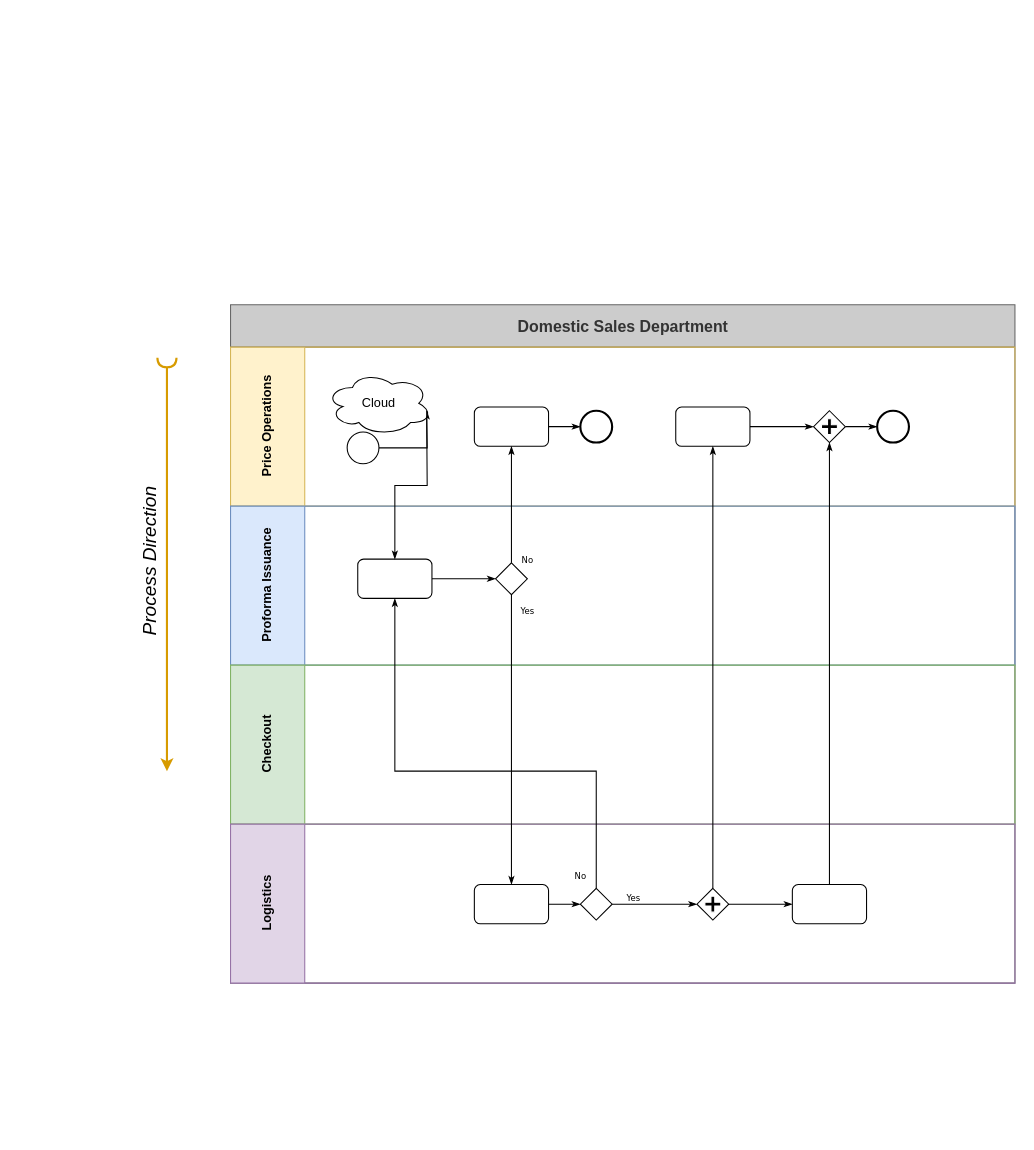
The draw.io diagram Untitled Diagram.drawio in anonymoustafa/arpc-pd, before the edit. Source tidied: cells renumbered, new cells numbered last; positions are measured from the earlier drawing's top-left corner, leaving out a move shared by most shapes. Both pictures are drawn from the tidied source at 106%, with x=0, y=0 at pixel (166, 304).
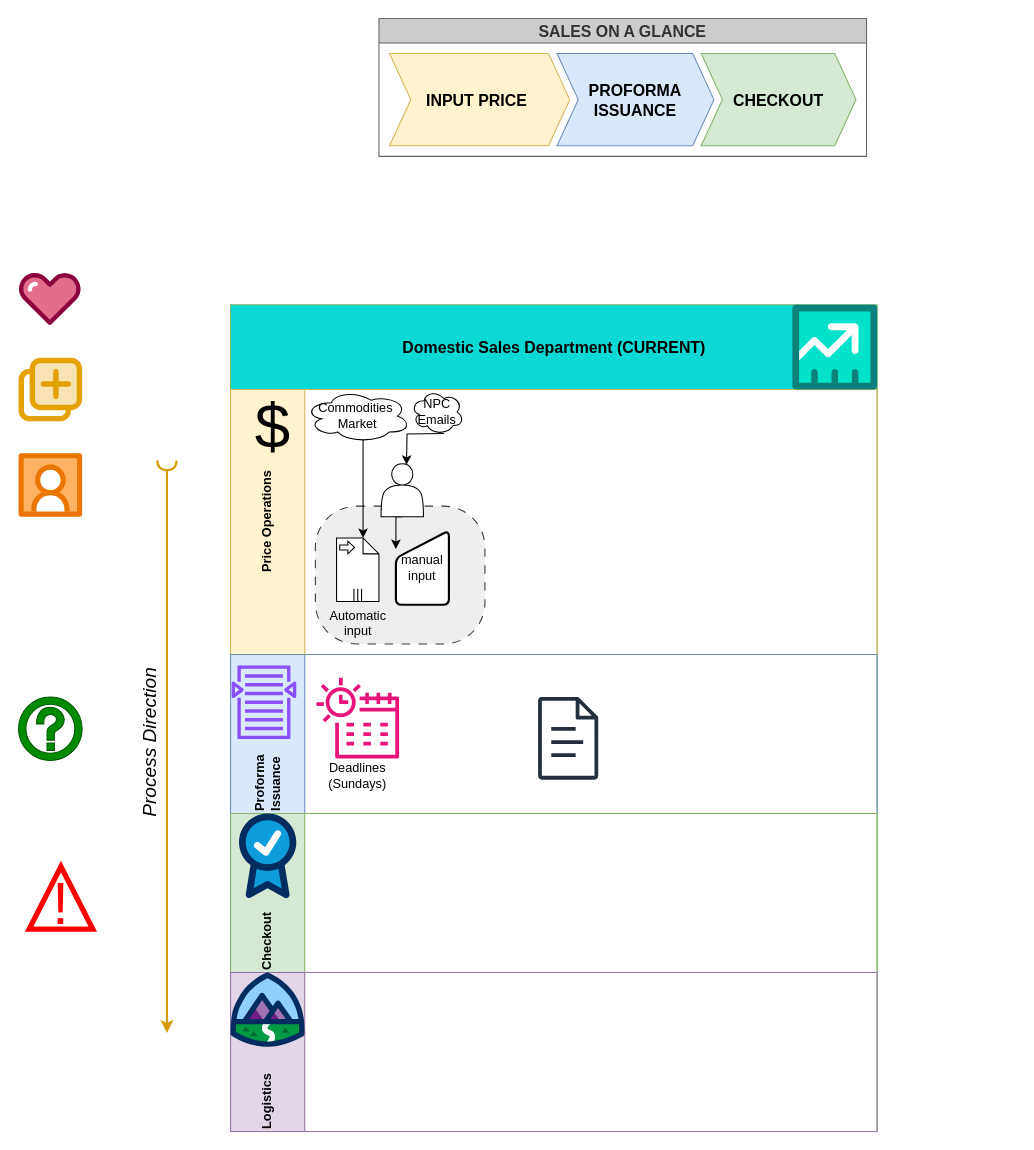
The same page after the edit.

Change to the diagram source:
```diff
@@
-    <mxCell id="2" value="Domestic Sales Department" style="swimlane;html=1;horizontal=1;startSize=40;rounded=0;shadow=0;labelBackgroundColor=none;strokeWidth=1;fontFamily=Helvetica;fontSize=15;align=center;fillColor=#CCCCCC;strokeColor=#666666;fontColor=#333333;" parent="1" vertex="1">
-      <mxGeometry x="60" width="740" height="640" as="geometry" />
+    <mxCell id="2" value="Domestic Sales Department (CURRENT)" style="swimlane;html=1;horizontal=1;startSize=80;rounded=0;shadow=0;labelBackgroundColor=none;strokeWidth=1;fontFamily=Helvetica;fontSize=15;align=center;fillColor=#0BD9D5;strokeColor=#82b366;" parent="1" vertex="1">
+      <mxGeometry x="60" width="610" height="780" as="geometry" />
     </mxCell>
     <mxCell id="3" value="Price Operations" style="swimlane;html=1;startSize=70;horizontal=0;fillColor=#fff2cc;strokeColor=#d6b656;swimlaneFillColor=none;glass=0;rounded=0;shadow=0;" parent="2" vertex="1">
-      <mxGeometry y="40" width="740" height="150" as="geometry" />
+      <mxGeometry y="80" width="610" height="250" as="geometry" />
     </mxCell>
-    <mxCell id="4" style="edgeStyle=orthogonalEdgeStyle;rounded=0;html=1;labelBackgroundColor=none;startArrow=none;startFill=0;startSize=5;endArrow=classicThin;endFill=1;endSize=5;jettySize=auto;strokeWidth=1;fontFamily=Verdana;fontSize=8;" parent="3" edge="1" source="5">
-      <mxGeometry relative="1" as="geometry">
-        <mxPoint x="185" y="60" as="targetPoint" />
-      </mxGeometry>
-    </mxCell>
-    <mxCell id="5" style="ellipse;whiteSpace=wrap;html=1;rounded=0;shadow=0;labelBackgroundColor=none;strokeWidth=1;fontFamily=Verdana;fontSize=8;align=center;" parent="3" vertex="1">
-      <mxGeometry x="110" y="80" width="30" height="30" as="geometry" />
-    </mxCell>
-    <mxCell id="6" style="edgeStyle=orthogonalEdgeStyle;rounded=0;html=1;labelBackgroundColor=none;startArrow=none;startFill=0;startSize=5;endArrow=classicThin;endFill=1;endSize=5;jettySize=auto;strokeWidth=1;fontFamily=Verdana;fontSize=8;" parent="3" edge="1" source="7" target="8">
-      <mxGeometry relative="1" as="geometry" />
-    </mxCell>
-    <mxCell id="7" style="rounded=1;whiteSpace=wrap;html=1;shadow=0;labelBackgroundColor=none;strokeWidth=1;fontFamily=Verdana;fontSize=8;align=center;" parent="3" vertex="1">
-      <mxGeometry x="230" y="56.5" width="70" height="37" as="geometry" />
-    </mxCell>
-    <mxCell id="8" style="ellipse;whiteSpace=wrap;html=1;rounded=0;shadow=0;labelBackgroundColor=none;strokeWidth=2;fontFamily=Verdana;fontSize=8;align=center;" parent="3" vertex="1">
-      <mxGeometry x="330" y="60" width="30" height="30" as="geometry" />
-    </mxCell>
-    <mxCell id="9" style="edgeStyle=orthogonalEdgeStyle;rounded=0;html=1;entryX=0;entryY=0.5;labelBackgroundColor=none;startArrow=none;startFill=0;startSize=5;endArrow=classicThin;endFill=1;endSize=5;jettySize=auto;strokeWidth=1;fontFamily=Verdana;fontSize=8;" parent="3" edge="1" source="10" target="12">
-      <mxGeometry relative="1" as="geometry" />
-    </mxCell>
-    <mxCell id="10" style="rounded=1;whiteSpace=wrap;html=1;shadow=0;labelBackgroundColor=none;strokeWidth=1;fontFamily=Verdana;fontSize=8;align=center;" parent="3" vertex="1">
-      <mxGeometry x="420" y="56.5" width="70" height="37" as="geometry" />
-    </mxCell>
-    <mxCell id="11" style="edgeStyle=orthogonalEdgeStyle;rounded=0;html=1;labelBackgroundColor=none;startArrow=none;startFill=0;startSize=5;endArrow=classicThin;endFill=1;endSize=5;jettySize=auto;strokeWidth=1;fontFamily=Verdana;fontSize=8;" parent="3" edge="1" source="12" target="13">
-      <mxGeometry relative="1" as="geometry" />
-    </mxCell>
-    <mxCell id="12" style="shape=mxgraph.bpmn.shape;html=1;verticalLabelPosition=bottom;labelBackgroundColor=#ffffff;verticalAlign=top;perimeter=rhombusPerimeter;background=gateway;outline=none;symbol=parallelGw;rounded=1;shadow=0;strokeWidth=1;fontFamily=Verdana;fontSize=8;align=center;" parent="3" vertex="1">
-      <mxGeometry x="550" y="60" width="30" height="30" as="geometry" />
-    </mxCell>
-    <mxCell id="13" style="ellipse;whiteSpace=wrap;html=1;rounded=0;shadow=0;labelBackgroundColor=none;strokeWidth=2;fontFamily=Verdana;fontSize=8;align=center;" parent="3" vertex="1">
-      <mxGeometry x="610" y="60" width="30" height="30" as="geometry" />
-    </mxCell>
+    <mxCell id="36" style="rounded=1;whiteSpace=wrap;html=1;dashed=1;dashPattern=8 8;fillColor=#eeeeee;strokeColor=#36393d;arcSize=30;" parent="3" vertex="1">
+      <mxGeometry x="80" y="110" width="160" height="130" as="geometry" />
+    </mxCell>
-    <mxCell id="14" value="Cloud" style="ellipse;shape=cloud;whiteSpace=wrap;html=1;align=center;" parent="3" vertex="1">
-      <mxGeometry x="90" y="23" width="100" height="60" as="geometry" />
+    <mxCell id="14" value="Commodities&amp;nbsp;&lt;div&gt;Market&lt;/div&gt;" style="ellipse;shape=cloud;whiteSpace=wrap;html=1;align=center;" parent="3" vertex="1">
+      <mxGeometry x="70" width="100" height="50" as="geometry" />
     </mxCell>
+    <mxCell id="37" style="edgeStyle=orthogonalEdgeStyle;rounded=0;jettySize=auto;html=1;exitX=0.5;exitY=1;exitDx=0;exitDy=0;entryX=0;entryY=0.25;entryDx=0;entryDy=0;" parent="3" edge="1" source="38" target="42">
+      <mxGeometry relative="1" as="geometry" />
+    </mxCell>
+    <mxCell id="38" style="shape=actor;whiteSpace=wrap;html=1;" parent="3" vertex="1">
+      <mxGeometry x="142" y="70" width="40" height="50" as="geometry" />
+    </mxCell>
+    <mxCell id="39" style="edgeStyle=orthogonalEdgeStyle;rounded=0;orthogonalLoop=1;jettySize=auto;html=1;exitX=0.55;exitY=0.95;exitDx=0;exitDy=0;exitPerimeter=0;entryX=0.5;entryY=0;entryDx=0;entryDy=0;" parent="3" edge="1">
+      <mxGeometry relative="1" as="geometry">
+        <mxPoint x="201.5" y="41.4" as="sourcePoint" />
+        <mxPoint x="166" y="71" as="targetPoint" />
+      </mxGeometry>
+    </mxCell>
+    <mxCell id="40" value="&lt;div&gt;NPC&lt;/div&gt;&lt;div&gt;Emails&lt;/div&gt;" style="ellipse;shape=cloud;whiteSpace=wrap;html=1;align=center;" parent="3" vertex="1">
+      <mxGeometry x="170" width="50" height="42.5" as="geometry" />
+    </mxCell>
+    <mxCell id="41" value="Automatic&lt;div&gt;input&lt;/div&gt;" style="shape=mxgraph.bpmn.data;labelPosition=center;verticalLabelPosition=bottom;align=center;verticalAlign=top;size=15;html=1;bpmnTransferType=input;isCollection=1;" parent="3" vertex="1">
+      <mxGeometry x="100" y="140" width="40" height="60" as="geometry" />
+    </mxCell>
+    <mxCell id="42" value="manual&lt;div&gt;input&lt;/div&gt;" style="html=1;strokeWidth=2;shape=manualInput;whiteSpace=wrap;rounded=1;size=26;arcSize=11;" parent="3" vertex="1">
+      <mxGeometry x="156" y="133" width="50" height="70" as="geometry" />
+    </mxCell>
+    <mxCell id="43" style="edgeStyle=orthogonalEdgeStyle;rounded=0;jettySize=auto;html=1;exitX=0.55;exitY=0.95;exitDx=0;exitDy=0;exitPerimeter=0;entryX=0;entryY=0;entryDx=25;entryDy=0;entryPerimeter=0;" parent="3" edge="1" source="14" target="41">
+      <mxGeometry relative="1" as="geometry" />
+    </mxCell>
+    <mxCell id="44" value="$" style="text;html=1;align=center;verticalAlign=middle;whiteSpace=wrap;rounded=0;fontSize=60;" parent="3" vertex="1">
+      <mxGeometry x="10" y="20" width="60" height="30" as="geometry" />
+    </mxCell>
-    <mxCell id="15" value="Proforma Issuance" style="swimlane;html=1;startSize=70;horizontal=0;fillColor=#dae8fc;strokeColor=#6c8ebf;" parent="2" vertex="1">
-      <mxGeometry y="190" width="740" height="150" as="geometry" />
+    <mxCell id="15" value="Proforma&amp;nbsp;&lt;div&gt;Issuance&lt;/div&gt;" style="swimlane;html=1;startSize=70;horizontal=0;fillColor=#dae8fc;strokeColor=#6c8ebf;align=left;" parent="2" vertex="1">
+      <mxGeometry y="330" width="610" height="150" as="geometry" />
     </mxCell>
-    <mxCell id="16" style="edgeStyle=orthogonalEdgeStyle;rounded=0;html=1;labelBackgroundColor=none;startArrow=none;startFill=0;startSize=5;endArrow=classicThin;endFill=1;endSize=5;jettySize=auto;strokeWidth=1;fontFamily=Verdana;fontSize=8;" parent="15" edge="1" source="17" target="18">
-      <mxGeometry relative="1" as="geometry" />
-    </mxCell>
-    <mxCell id="17" style="rounded=1;whiteSpace=wrap;html=1;shadow=0;labelBackgroundColor=none;strokeWidth=1;fontFamily=Verdana;fontSize=8;align=center;" parent="15" vertex="1">
-      <mxGeometry x="120" y="50" width="70" height="37" as="geometry" />
-    </mxCell>
-    <mxCell id="18" style="strokeWidth=1;html=1;shape=mxgraph.flowchart.decision;whiteSpace=wrap;rounded=1;shadow=0;labelBackgroundColor=none;fontFamily=Verdana;fontSize=8;align=center;" parent="15" vertex="1">
-      <mxGeometry x="250" y="53.5" width="30" height="30" as="geometry" />
-    </mxCell>
+    <mxCell id="45" style="group;" parent="15" vertex="1">
+      <mxGeometry x="81" y="21" width="78" height="108" as="geometry" />
+    </mxCell>
+    <mxCell id="46" style="sketch=0;fontColor=#232F3E;gradientColor=none;fillColor=#E7157B;strokeColor=none;dashed=0;verticalLabelPosition=bottom;verticalAlign=top;align=center;html=1;fontSize=12;fontStyle=0;shape=mxgraph.aws4.eventbridge_scheduler;" parent="45" vertex="1">
+      <mxGeometry width="78" height="78" as="geometry" />
+    </mxCell>
+    <mxCell id="47" value="Deadlines (Sundays)" style="text;html=1;align=center;verticalAlign=middle;whiteSpace=wrap;rounded=0;" parent="45" vertex="1">
+      <mxGeometry x="9" y="78" width="60" height="30" as="geometry" />
+    </mxCell>
+    <mxCell id="48" style="sketch=0;fontColor=#232F3E;gradientColor=none;fillColor=#8C4FFF;strokeColor=none;dashed=0;verticalLabelPosition=bottom;verticalAlign=top;align=center;html=1;fontSize=12;fontStyle=0;shape=mxgraph.aws4.search_documents;" parent="15" vertex="1">
+      <mxGeometry x="1" y="10" width="61" height="70" as="geometry" />
+    </mxCell>
+    <mxCell id="49" style="sketch=0;fontColor=#232F3E;gradientColor=none;fillColor=#232F3D;strokeColor=none;dashed=0;verticalLabelPosition=bottom;verticalAlign=top;align=center;html=1;fontSize=12;fontStyle=0;shape=mxgraph.aws4.document;" parent="15" vertex="1">
+      <mxGeometry x="290" y="40" width="57" height="78" as="geometry" />
+    </mxCell>
-    <mxCell id="19" value="Checkout" style="swimlane;html=1;startSize=70;horizontal=0;fillColor=#d5e8d4;strokeColor=#82b366;" parent="2" vertex="1">
-      <mxGeometry y="340" width="740" height="150" as="geometry" />
+    <mxCell id="19" value="Checkout" style="swimlane;html=1;startSize=70;horizontal=0;fillColor=#d5e8d4;strokeColor=#82b366;align=left;" parent="2" vertex="1">
+      <mxGeometry y="480" width="610" height="150" as="geometry" />
     </mxCell>
+    <mxCell id="50" style="verticalLabelPosition=bottom;html=1;shape=mxgraph.salesforce.success;" parent="19" vertex="1">
+      <mxGeometry x="7.8" width="54.4" height="80" as="geometry" />
+    </mxCell>
-    <mxCell id="20" value="Logistics" style="swimlane;html=1;startSize=70;horizontal=0;fillColor=#e1d5e7;strokeColor=#9673a6;" parent="2" vertex="1">
-      <mxGeometry y="490" width="740" height="150" as="geometry" />
+    <mxCell id="20" value="Logistics" style="swimlane;html=1;startSize=70;horizontal=0;fillColor=#e1d5e7;strokeColor=#9673a6;verticalAlign=middle;align=left;" parent="2" vertex="1">
+      <mxGeometry y="630" width="610" height="150" as="geometry" />
     </mxCell>
-    <mxCell id="21" style="edgeStyle=orthogonalEdgeStyle;rounded=0;html=1;labelBackgroundColor=none;startArrow=none;startFill=0;startSize=5;endArrow=classicThin;endFill=1;endSize=5;jettySize=auto;strokeWidth=1;fontFamily=Verdana;fontSize=8;" parent="20" edge="1" source="22" target="24">
-      <mxGeometry relative="1" as="geometry" />
-    </mxCell>
-    <mxCell id="22" style="rounded=1;whiteSpace=wrap;html=1;shadow=0;labelBackgroundColor=none;strokeWidth=1;fontFamily=Verdana;fontSize=8;align=center;" parent="20" vertex="1">
-      <mxGeometry x="230" y="57" width="70" height="37" as="geometry" />
-    </mxCell>
-    <mxCell id="23" value="Yes" style="edgeStyle=orthogonalEdgeStyle;rounded=0;html=1;entryX=0;entryY=0.5;labelBackgroundColor=none;startArrow=none;startFill=0;startSize=5;endArrow=classicThin;endFill=1;endSize=5;jettySize=auto;strokeWidth=1;fontFamily=Verdana;fontSize=8;" parent="20" edge="1" source="24" target="26">
-      <mxGeometry x="-0.5" y="6" relative="1" as="geometry" />
-    </mxCell>
-    <mxCell id="24" style="strokeWidth=1;html=1;shape=mxgraph.flowchart.decision;whiteSpace=wrap;rounded=1;shadow=0;labelBackgroundColor=none;fontFamily=Verdana;fontSize=8;align=center;" parent="20" vertex="1">
-      <mxGeometry x="330" y="60.5" width="30" height="30" as="geometry" />
-    </mxCell>
-    <mxCell id="25" style="edgeStyle=orthogonalEdgeStyle;rounded=0;html=1;labelBackgroundColor=none;startArrow=none;startFill=0;startSize=5;endArrow=classicThin;endFill=1;endSize=5;jettySize=auto;strokeColor=#000000;strokeWidth=1;fontFamily=Verdana;fontSize=8;fontColor=#000000;" parent="20" edge="1" source="26" target="27">
-      <mxGeometry relative="1" as="geometry" />
-    </mxCell>
-    <mxCell id="26" style="shape=mxgraph.bpmn.shape;html=1;verticalLabelPosition=bottom;labelBackgroundColor=#ffffff;verticalAlign=top;perimeter=rhombusPerimeter;background=gateway;outline=none;symbol=parallelGw;rounded=1;shadow=0;strokeWidth=1;fontFamily=Verdana;fontSize=8;align=center;" parent="20" vertex="1">
-      <mxGeometry x="440" y="60.5" width="30" height="30" as="geometry" />
-    </mxCell>
-    <mxCell id="27" style="rounded=1;whiteSpace=wrap;html=1;shadow=0;labelBackgroundColor=none;strokeWidth=1;fontFamily=Verdana;fontSize=8;align=center;" parent="20" vertex="1">
-      <mxGeometry x="530" y="57" width="70" height="37" as="geometry" />
-    </mxCell>
-    <mxCell id="28" style="edgeStyle=orthogonalEdgeStyle;rounded=0;html=1;labelBackgroundColor=none;startArrow=none;startFill=0;startSize=5;endArrow=classicThin;endFill=1;endSize=5;jettySize=auto;strokeWidth=1;fontFamily=Verdana;fontSize=8;" parent="2" edge="1" target="17">
-      <mxGeometry relative="1" as="geometry">
-        <mxPoint x="185" y="100" as="sourcePoint" />
-      </mxGeometry>
-    </mxCell>
-    <mxCell id="29" value="No" style="edgeStyle=orthogonalEdgeStyle;rounded=0;html=1;labelBackgroundColor=none;startArrow=none;startFill=0;startSize=5;endArrow=classicThin;endFill=1;endSize=5;jettySize=auto;strokeWidth=1;fontFamily=Verdana;fontSize=8;" parent="2" edge="1" source="18" target="7">
-      <mxGeometry x="-0.94" y="-15" relative="1" as="geometry" />
-    </mxCell>
-    <mxCell id="30" value="Yes" style="edgeStyle=orthogonalEdgeStyle;rounded=0;html=1;labelBackgroundColor=none;startArrow=none;startFill=0;startSize=5;endArrow=classicThin;endFill=1;endSize=5;jettySize=auto;strokeWidth=1;fontFamily=Verdana;fontSize=8;" parent="2" edge="1" source="18" target="22">
-      <mxGeometry x="-0.89" y="15" relative="1" as="geometry" />
-    </mxCell>
-    <mxCell id="31" style="edgeStyle=orthogonalEdgeStyle;rounded=0;html=1;entryX=0.5;entryY=1;labelBackgroundColor=none;startArrow=none;startFill=0;startSize=5;endArrow=classicThin;endFill=1;endSize=5;jettySize=auto;strokeWidth=1;fontFamily=Verdana;fontSize=8;" parent="2" edge="1" source="27" target="12">
-      <mxGeometry relative="1" as="geometry" />
-    </mxCell>
-    <mxCell id="32" value="No" style="edgeStyle=orthogonalEdgeStyle;rounded=0;html=1;labelBackgroundColor=none;startArrow=none;startFill=0;startSize=5;endArrow=classicThin;endFill=1;endSize=5;jettySize=auto;strokeWidth=1;fontFamily=Verdana;fontSize=8;" parent="2" edge="1" source="24" target="17">
-      <mxGeometry x="-0.95" y="15" relative="1" as="geometry">
-        <Array as="points">
-          <mxPoint x="345" y="440" />
-          <mxPoint x="155" y="440" />
-        </Array>
-      </mxGeometry>
-    </mxCell>
-    <mxCell id="33" style="edgeStyle=orthogonalEdgeStyle;rounded=0;html=1;labelBackgroundColor=none;startArrow=none;startFill=0;startSize=5;endArrow=classicThin;endFill=1;endSize=5;jettySize=auto;strokeWidth=1;fontFamily=Verdana;fontSize=8;" parent="2" edge="1" source="26" target="10">
-      <mxGeometry relative="1" as="geometry" />
-    </mxCell>
+    <mxCell id="51" style="verticalLabelPosition=bottom;html=1;shape=mxgraph.salesforce.learning;" parent="20" vertex="1">
+      <mxGeometry width="70" height="70" as="geometry" />
+    </mxCell>
     <mxCell id="34" style="endArrow=classic;html=1;rounded=0;strokeWidth=2;startArrow=halfCircle;startFill=0;fillColor=#ffe6cc;strokeColor=#d79b00;" parent="1" edge="1">
       <mxGeometry relative="1" as="geometry">
-        <mxPoint y="50" as="sourcePoint" />
-        <mxPoint y="440" as="targetPoint" />
+        <mxPoint y="147" as="sourcePoint" />
+        <mxPoint y="687" as="targetPoint" />
       </mxGeometry>
     </mxCell>
@@
+    <mxCell id="52" value="SALES ON A GLANCE" style="swimlane;horizontal=1;fillColor=#CCCCCC;strokeColor=#666666;stackBorder=10;align=center;whiteSpace=wrap;html=1;rounded=0;shadow=0;strokeWidth=1;verticalAlign=middle;fontFamily=Helvetica;fontSize=15;fontColor=#333333;fontStyle=1;labelBackgroundColor=none;" parent="1" vertex="1">
+      <mxGeometry x="200" y="-270" width="460" height="130" as="geometry" />
+    </mxCell>
+    <mxCell id="53" value="INPUT PRICE&lt;span style=&quot;white-space: pre;&quot;&gt;&#9;&lt;/span&gt;" style="shape=step;perimeter=stepPerimeter;fixedSize=1;whiteSpace=wrap;html=1;fillColor=#fff2cc;strokeColor=#d6b656;rounded=0;shadow=0;strokeWidth=1;align=center;verticalAlign=middle;fontFamily=Helvetica;fontSize=15;fontStyle=1;labelBackgroundColor=none;" parent="52" vertex="1">
+      <mxGeometry x="10" y="33" width="170" height="87" as="geometry" />
+    </mxCell>
+    <mxCell id="54" value="PROFORMA&lt;div&gt;ISSUANCE&lt;/div&gt;" style="shape=step;perimeter=stepPerimeter;fixedSize=1;whiteSpace=wrap;html=1;rounded=0;shadow=0;strokeColor=#6c8ebf;strokeWidth=1;align=center;verticalAlign=middle;fontFamily=Helvetica;fontSize=15;fontStyle=1;labelBackgroundColor=none;fillColor=#dae8fc;" parent="52" vertex="1">
+      <mxGeometry x="168" y="33" width="148" height="87" as="geometry" />
+    </mxCell>
+    <mxCell id="55" value="CHECKOUT" style="shape=step;perimeter=stepPerimeter;fixedSize=1;whiteSpace=wrap;html=1;rounded=0;shadow=0;strokeColor=#82b366;strokeWidth=1;align=center;verticalAlign=middle;fontFamily=Helvetica;fontSize=15;fontStyle=1;labelBackgroundColor=none;fillColor=#d5e8d4;" parent="52" vertex="1">
+      <mxGeometry x="304" y="33" width="146" height="87" as="geometry" />
+    </mxCell>
+    <mxCell id="56" style="verticalLabelPosition=bottom;html=1;shape=mxgraph.salesforce.partners;" parent="1" vertex="1">
+      <mxGeometry x="-140" y="50" width="60" height="60" as="geometry" />
+    </mxCell>
+    <mxCell id="57" style="verticalLabelPosition=bottom;html=1;shape=mxgraph.salesforce.social_studio;" parent="1" vertex="1">
+      <mxGeometry x="-140" y="140" width="60" height="60" as="geometry" />
+    </mxCell>
+    <mxCell id="58" style="verticalLabelPosition=bottom;html=1;shape=mxgraph.salesforce.service;" parent="1" vertex="1">
+      <mxGeometry x="-140" y="-30" width="60" height="49.2" as="geometry" />
+    </mxCell>
+    <mxCell id="59" style="verticalLabelPosition=bottom;html=1;shape=mxgraph.salesforce.sales;" parent="1" vertex="1">
+      <mxGeometry x="590" width="80" height="80" as="geometry" />
+    </mxCell>
+    <mxCell id="60" style="shape=mxgraph.signs.travel.information_1;html=1;verticalLabelPosition=bottom;verticalAlign=top;align=center;sketch=0;fillColor=#008a00;strokeColor=#005700;fontColor=#ffffff;" parent="1" vertex="1">
+      <mxGeometry x="-140" y="370" width="60" height="60" as="geometry" />
+    </mxCell>
+    <mxCell id="61" style="group;" parent="1" vertex="1">
+      <mxGeometry x="-130" y="530" width="60" height="59" as="geometry" />
+    </mxCell>
+    <mxCell id="62" style="triangle;whiteSpace=wrap;html=1;rotation=-90;strokeWidth=5;fillColor=none;fontColor=#ffffff;strokeColor=#FF0000;" parent="61" vertex="1">
+      <mxGeometry x="0.5" y="-0.5" width="59" height="60" as="geometry" />
+    </mxCell>
+    <mxCell id="63" value="!" style="text;html=1;align=center;verticalAlign=middle;whiteSpace=wrap;rounded=0;fontSize=56;fillColor=none;fontColor=#FF0000;strokeColor=none;" parent="61" vertex="1">
+      <mxGeometry y="20" width="60" height="30" as="geometry" />
+    </mxCell>
```
